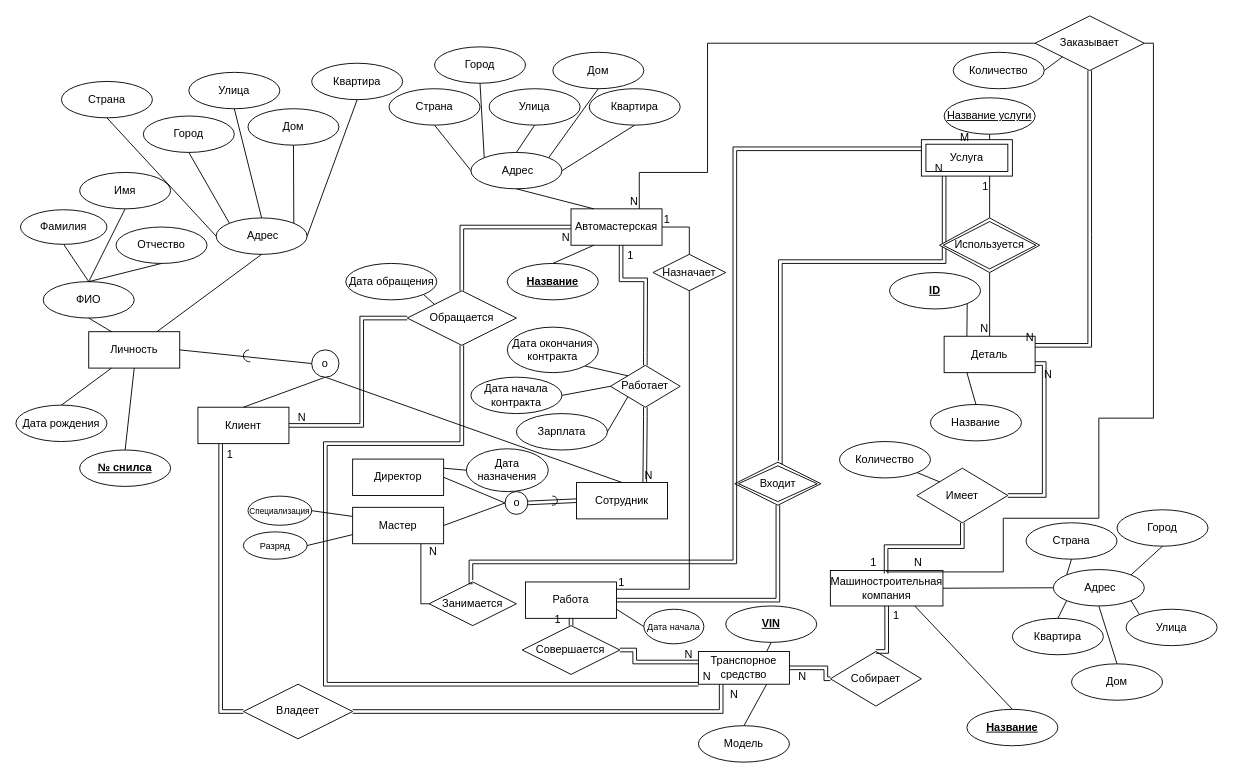
Above: page "Page-4" (4 of 4) of course-task/course-task.drawio in B4bah/db (draw.io), before the change. Source tidied: cells renumbered, new cells numbered last; positions are measured from the earlier drawing's top-left corner, leaving out a move shared by most shapes. Both pictures are drawn from the tidied source at 91%, with x=0, y=0 at pixel (15, 15).
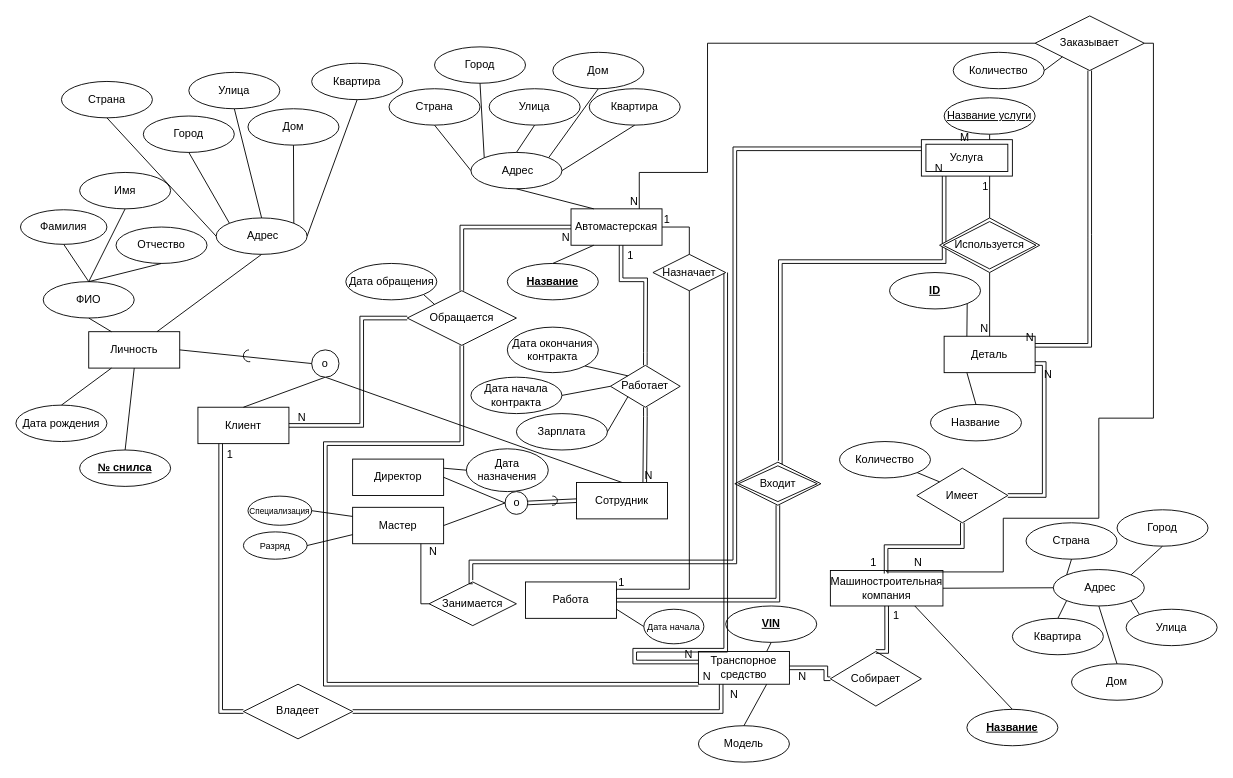
The same diagram, later.

Unchanged cells that the change refers to:
```xml
<mxCell id="134" value="Назначает" style="shape=rhombus;perimeter=rhombusPerimeter;whiteSpace=wrap;html=1;align=center;" parent="1" vertex="1">
  <mxGeometry x="700" y="262" width="80" height="40" as="geometry" />
</mxCell>
<mxCell id="137" value="Работа" style="whiteSpace=wrap;html=1;align=center;" parent="1" vertex="1">
  <mxGeometry x="560" y="622" width="100" height="40" as="geometry" />
</mxCell>
```

The edit, as a diff of the source:
```diff
@@
-    <mxCell id="25" style="shape=link;html=1;rounded=0;fontSize=12;edgeStyle=orthogonalEdgeStyle;exitX=1;exitY=0.5;exitDx=0;exitDy=0;" parent="1" edge="1" source="141">
+    <mxCell id="25" style="shape=link;html=1;rounded=0;fontSize=12;edgeStyle=orthogonalEdgeStyle;exitX=1;exitY=0.5;exitDx=0;exitDy=0;" parent="1" edge="1" source="134">
       <mxGeometry relative="1" as="geometry">
         <mxPoint x="750" y="710" as="targetPoint" />
         <Array as="points">
+          <mxPoint x="780" y="697" />
           <mxPoint x="680" y="697" />
           <mxPoint x="680" y="710" />
-          <mxPoint x="750" y="710" />
         </Array>
       </mxGeometry>
     </mxCell>
@@
-    <mxCell id="141" value="Совершается" style="shape=rhombus;perimeter=rhombusPerimeter;whiteSpace=wrap;html=1;align=center;" parent="1" vertex="1">
-      <mxGeometry x="556.4" y="670" width="107.3" height="53.6" as="geometry" />
-    </mxCell>
-    <mxCell id="142" style="shape=link;html=1;rounded=0;entryX=0.5;entryY=1;entryDx=0;entryDy=0;exitX=0.5;exitY=0;exitDx=0;exitDy=0;edgeStyle=orthogonalEdgeStyle;" parent="1" edge="1" source="141" target="137">
-      <mxGeometry relative="1" as="geometry" />
-    </mxCell>
-    <mxCell id="143" value="1" style="html=1;whiteSpace=wrap;align=right;verticalAlign=bottom;" parent="142" vertex="1">
-      <mxGeometry x="1" relative="1" as="geometry">
-        <mxPoint x="-10" y="10" as="offset" />
-      </mxGeometry>
-    </mxCell>
```
